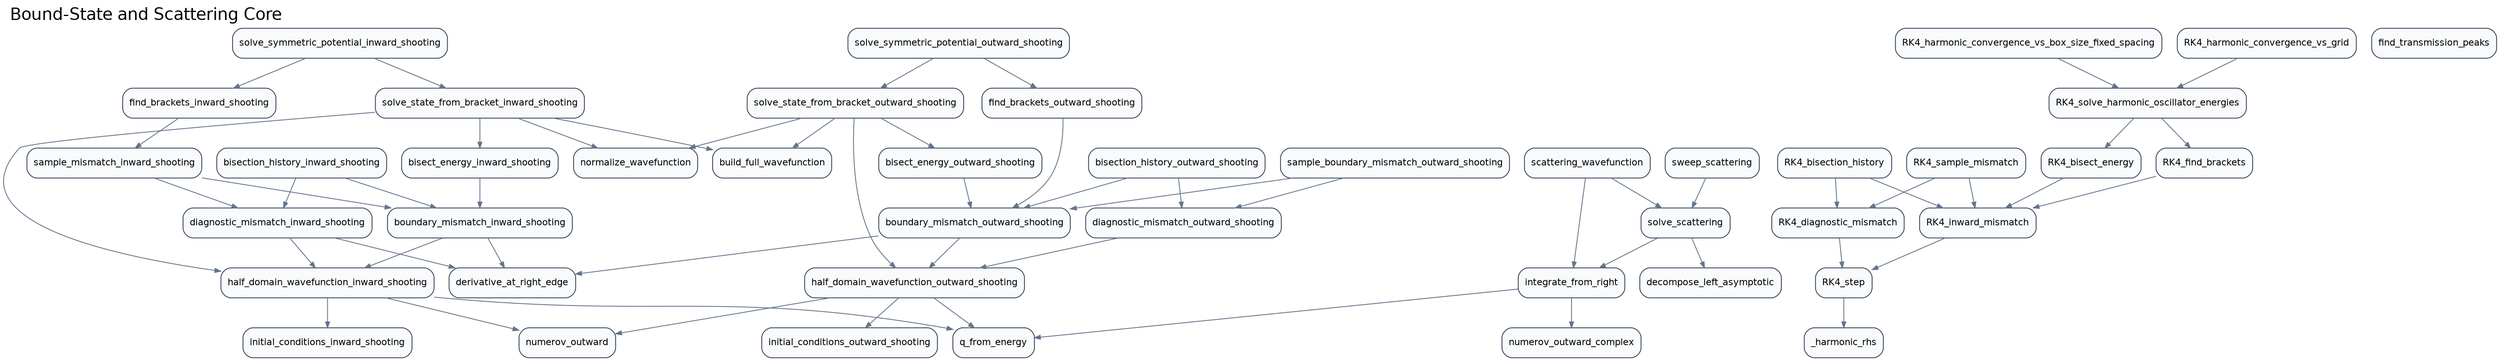
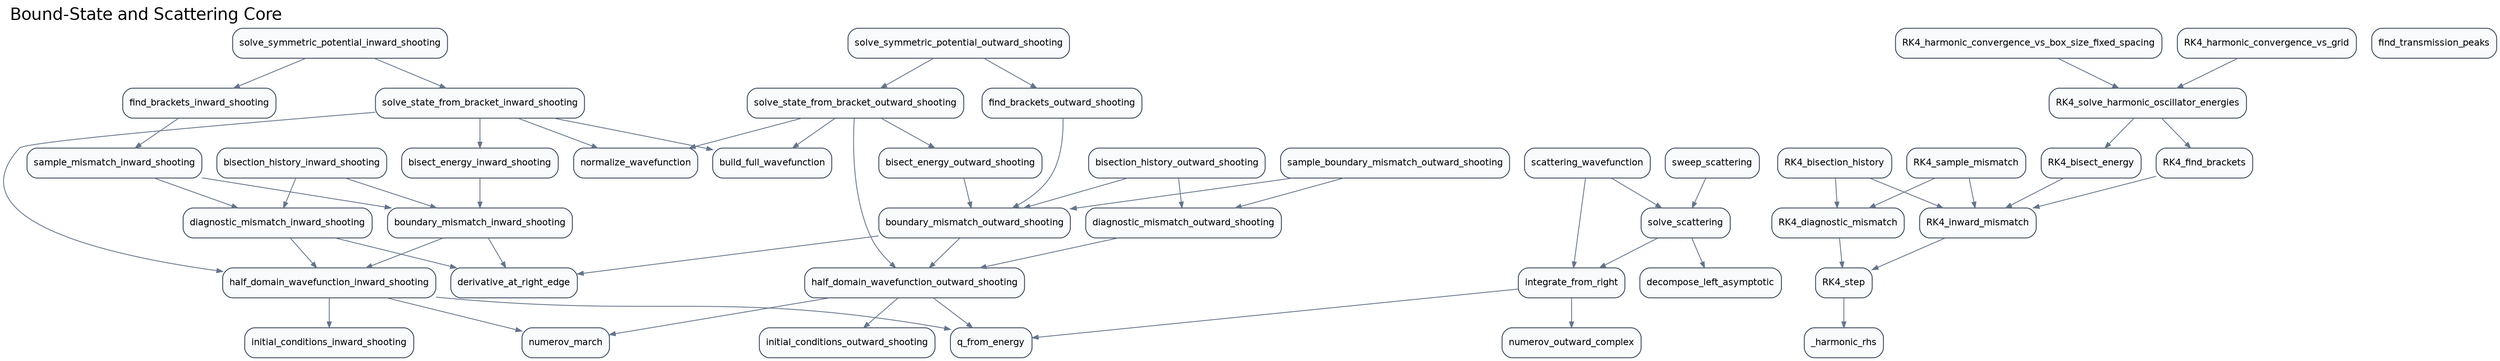
digraph G {
  rankdir="TB";
  graph [labeljust="l", labelloc="t", fontsize=20, fontname="Helvetica"];
  label="Bound-State and Scattering Core";
  node [shape=box, style="rounded,filled", fillcolor="#F8FAFC", color="#334155", fontname="Helvetica", fontsize=11];
  edge [color="#64748B", arrowsize=0.7];
  src_numerov_derivative_at_right_edge [label="derivative_at_right_edge"];
  src_numerov_normalize_wavefunction [label="normalize_wavefunction"];
-   src_numerov_numerov_outward [label="numerov_outward"];
+   src_numerov_numerov_march [label="numerov_march"];
  src_numerov_q_from_energy [label="q_from_energy"];
  src_rk4_compare_RK4_bisect_energy [label="RK4_bisect_energy"];
  src_rk4_compare_RK4_bisection_history [label="RK4_bisection_history"];
  src_rk4_compare_RK4_diagnostic_mismatch [label="RK4_diagnostic_mismatch"];
  src_rk4_compare_RK4_find_brackets [label="RK4_find_brackets"];
  src_rk4_compare_RK4_harmonic_convergence_vs_box_size_fixed_spacing [label="RK4_harmonic_convergence_vs_box_size_fixed_spacing"];
  src_rk4_compare_RK4_harmonic_convergence_vs_grid [label="RK4_harmonic_convergence_vs_grid"];
  src_rk4_compare_RK4_inward_mismatch [label="RK4_inward_mismatch"];
  src_rk4_compare_RK4_sample_mismatch [label="RK4_sample_mismatch"];
  src_rk4_compare_RK4_solve_harmonic_oscillator_energies [label="RK4_solve_harmonic_oscillator_energies"];
  src_rk4_compare_RK4_step [label="RK4_step"];
  src_rk4_compare__harmonic_rhs [label="_harmonic_rhs"];
  src_scattering_decompose_left_asymptotic [label="decompose_left_asymptotic"];
  src_scattering_find_transmission_peaks [label="find_transmission_peaks"];
  src_scattering_integrate_from_right [label="integrate_from_right"];
  src_scattering_numerov_outward_complex [label="numerov_outward_complex"];
  src_scattering_scattering_wavefunction [label="scattering_wavefunction"];
  src_scattering_solve_scattering [label="solve_scattering"];
  src_scattering_sweep_scattering [label="sweep_scattering"];
  src_shooting_bisect_energy_inward_shooting [label="bisect_energy_inward_shooting"];
  src_shooting_bisect_energy_outward_shooting [label="bisect_energy_outward_shooting"];
  src_shooting_bisection_history_inward_shooting [label="bisection_history_inward_shooting"];
  src_shooting_bisection_history_outward_shooting [label="bisection_history_outward_shooting"];
  src_shooting_boundary_mismatch_inward_shooting [label="boundary_mismatch_inward_shooting"];
  src_shooting_boundary_mismatch_outward_shooting [label="boundary_mismatch_outward_shooting"];
  src_shooting_build_full_wavefunction [label="build_full_wavefunction"];
  src_shooting_diagnostic_mismatch_inward_shooting [label="diagnostic_mismatch_inward_shooting"];
  src_shooting_diagnostic_mismatch_outward_shooting [label="diagnostic_mismatch_outward_shooting"];
  src_shooting_find_brackets_inward_shooting [label="find_brackets_inward_shooting"];
  src_shooting_find_brackets_outward_shooting [label="find_brackets_outward_shooting"];
  src_shooting_half_domain_wavefunction_inward_shooting [label="half_domain_wavefunction_inward_shooting"];
  src_shooting_half_domain_wavefunction_outward_shooting [label="half_domain_wavefunction_outward_shooting"];
  src_shooting_initial_conditions_inward_shooting [label="initial_conditions_inward_shooting"];
  src_shooting_initial_conditions_outward_shooting [label="initial_conditions_outward_shooting"];
  src_shooting_sample_boundary_mismatch_outward_shooting [label="sample_boundary_mismatch_outward_shooting"];
  src_shooting_sample_mismatch_inward_shooting [label="sample_mismatch_inward_shooting"];
  src_shooting_solve_state_from_bracket_inward_shooting [label="solve_state_from_bracket_inward_shooting"];
  src_shooting_solve_state_from_bracket_outward_shooting [label="solve_state_from_bracket_outward_shooting"];
  src_shooting_solve_symmetric_potential_inward_shooting [label="solve_symmetric_potential_inward_shooting"];
  src_shooting_solve_symmetric_potential_outward_shooting [label="solve_symmetric_potential_outward_shooting"];
  src_rk4_compare_RK4_bisect_energy -> src_rk4_compare_RK4_inward_mismatch;
  src_rk4_compare_RK4_bisection_history -> src_rk4_compare_RK4_diagnostic_mismatch;
  src_rk4_compare_RK4_bisection_history -> src_rk4_compare_RK4_inward_mismatch;
  src_rk4_compare_RK4_diagnostic_mismatch -> src_rk4_compare_RK4_step;
  src_rk4_compare_RK4_find_brackets -> src_rk4_compare_RK4_inward_mismatch;
  src_rk4_compare_RK4_harmonic_convergence_vs_box_size_fixed_spacing -> src_rk4_compare_RK4_solve_harmonic_oscillator_energies;
  src_rk4_compare_RK4_harmonic_convergence_vs_grid -> src_rk4_compare_RK4_solve_harmonic_oscillator_energies;
  src_rk4_compare_RK4_inward_mismatch -> src_rk4_compare_RK4_step;
  src_rk4_compare_RK4_sample_mismatch -> src_rk4_compare_RK4_diagnostic_mismatch;
  src_rk4_compare_RK4_sample_mismatch -> src_rk4_compare_RK4_inward_mismatch;
  src_rk4_compare_RK4_solve_harmonic_oscillator_energies -> src_rk4_compare_RK4_bisect_energy;
  src_rk4_compare_RK4_solve_harmonic_oscillator_energies -> src_rk4_compare_RK4_find_brackets;
  src_rk4_compare_RK4_step -> src_rk4_compare__harmonic_rhs;
  src_scattering_integrate_from_right -> src_numerov_q_from_energy;
  src_scattering_integrate_from_right -> src_scattering_numerov_outward_complex;
  src_scattering_scattering_wavefunction -> src_scattering_integrate_from_right;
  src_scattering_scattering_wavefunction -> src_scattering_solve_scattering;
  src_scattering_solve_scattering -> src_scattering_decompose_left_asymptotic;
  src_scattering_solve_scattering -> src_scattering_integrate_from_right;
  src_scattering_sweep_scattering -> src_scattering_solve_scattering;
  src_shooting_bisect_energy_inward_shooting -> src_shooting_boundary_mismatch_inward_shooting;
  src_shooting_bisect_energy_outward_shooting -> src_shooting_boundary_mismatch_outward_shooting;
  src_shooting_bisection_history_inward_shooting -> src_shooting_boundary_mismatch_inward_shooting;
  src_shooting_bisection_history_inward_shooting -> src_shooting_diagnostic_mismatch_inward_shooting;
  src_shooting_bisection_history_outward_shooting -> src_shooting_boundary_mismatch_outward_shooting;
  src_shooting_bisection_history_outward_shooting -> src_shooting_diagnostic_mismatch_outward_shooting;
  src_shooting_boundary_mismatch_inward_shooting -> src_numerov_derivative_at_right_edge;
  src_shooting_boundary_mismatch_inward_shooting -> src_shooting_half_domain_wavefunction_inward_shooting;
  src_shooting_boundary_mismatch_outward_shooting -> src_numerov_derivative_at_right_edge;
  src_shooting_boundary_mismatch_outward_shooting -> src_shooting_half_domain_wavefunction_outward_shooting;
  src_shooting_diagnostic_mismatch_inward_shooting -> src_numerov_derivative_at_right_edge;
  src_shooting_diagnostic_mismatch_inward_shooting -> src_shooting_half_domain_wavefunction_inward_shooting;
  src_shooting_diagnostic_mismatch_outward_shooting -> src_shooting_half_domain_wavefunction_outward_shooting;
  src_shooting_find_brackets_inward_shooting -> src_shooting_sample_mismatch_inward_shooting;
  src_shooting_find_brackets_outward_shooting -> src_shooting_boundary_mismatch_outward_shooting;
-   src_shooting_half_domain_wavefunction_inward_shooting -> src_numerov_numerov_outward;
+   src_shooting_half_domain_wavefunction_inward_shooting -> src_numerov_numerov_march;
  src_shooting_half_domain_wavefunction_inward_shooting -> src_numerov_q_from_energy;
  src_shooting_half_domain_wavefunction_inward_shooting -> src_shooting_initial_conditions_inward_shooting;
-   src_shooting_half_domain_wavefunction_outward_shooting -> src_numerov_numerov_outward;
+   src_shooting_half_domain_wavefunction_outward_shooting -> src_numerov_numerov_march;
  src_shooting_half_domain_wavefunction_outward_shooting -> src_numerov_q_from_energy;
  src_shooting_half_domain_wavefunction_outward_shooting -> src_shooting_initial_conditions_outward_shooting;
  src_shooting_sample_boundary_mismatch_outward_shooting -> src_shooting_boundary_mismatch_outward_shooting;
  src_shooting_sample_boundary_mismatch_outward_shooting -> src_shooting_diagnostic_mismatch_outward_shooting;
  src_shooting_sample_mismatch_inward_shooting -> src_shooting_boundary_mismatch_inward_shooting;
  src_shooting_sample_mismatch_inward_shooting -> src_shooting_diagnostic_mismatch_inward_shooting;
  src_shooting_solve_state_from_bracket_inward_shooting -> src_numerov_normalize_wavefunction;
  src_shooting_solve_state_from_bracket_inward_shooting -> src_shooting_bisect_energy_inward_shooting;
  src_shooting_solve_state_from_bracket_inward_shooting -> src_shooting_build_full_wavefunction;
  src_shooting_solve_state_from_bracket_inward_shooting -> src_shooting_half_domain_wavefunction_inward_shooting;
  src_shooting_solve_state_from_bracket_outward_shooting -> src_numerov_normalize_wavefunction;
  src_shooting_solve_state_from_bracket_outward_shooting -> src_shooting_bisect_energy_outward_shooting;
  src_shooting_solve_state_from_bracket_outward_shooting -> src_shooting_build_full_wavefunction;
  src_shooting_solve_state_from_bracket_outward_shooting -> src_shooting_half_domain_wavefunction_outward_shooting;
  src_shooting_solve_symmetric_potential_inward_shooting -> src_shooting_find_brackets_inward_shooting;
  src_shooting_solve_symmetric_potential_inward_shooting -> src_shooting_solve_state_from_bracket_inward_shooting;
  src_shooting_solve_symmetric_potential_outward_shooting -> src_shooting_find_brackets_outward_shooting;
  src_shooting_solve_symmetric_potential_outward_shooting -> src_shooting_solve_state_from_bracket_outward_shooting;
}
